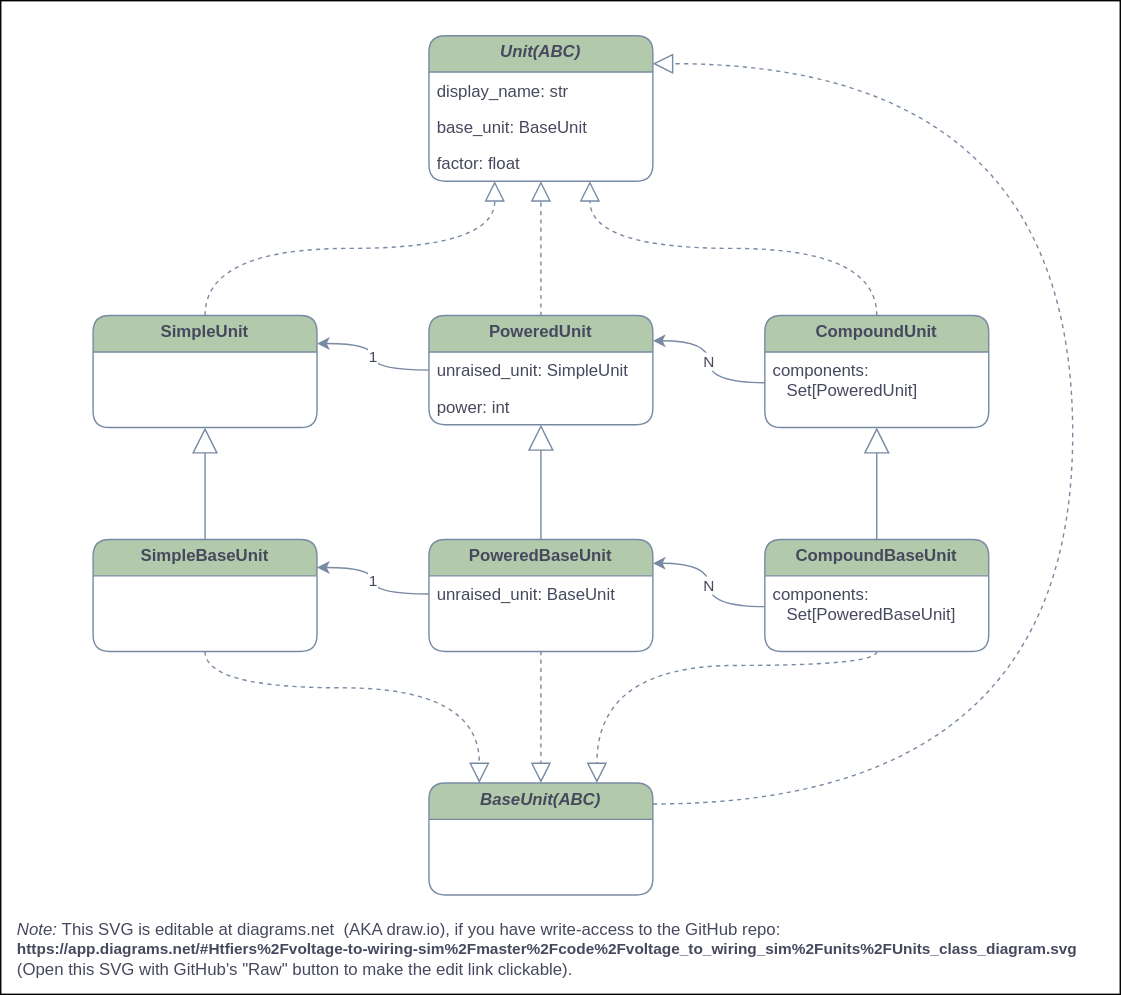
tfiers/phd keeps this draw.io diagram as code/voltage_to_wiring_sim/units/Units_class_diagram.svg. Above is the earlier version. Source tidied: cells renumbered, new cells last; positions are measured from the earlier drawing's top-left corner, leaving out a move shared by most shapes.
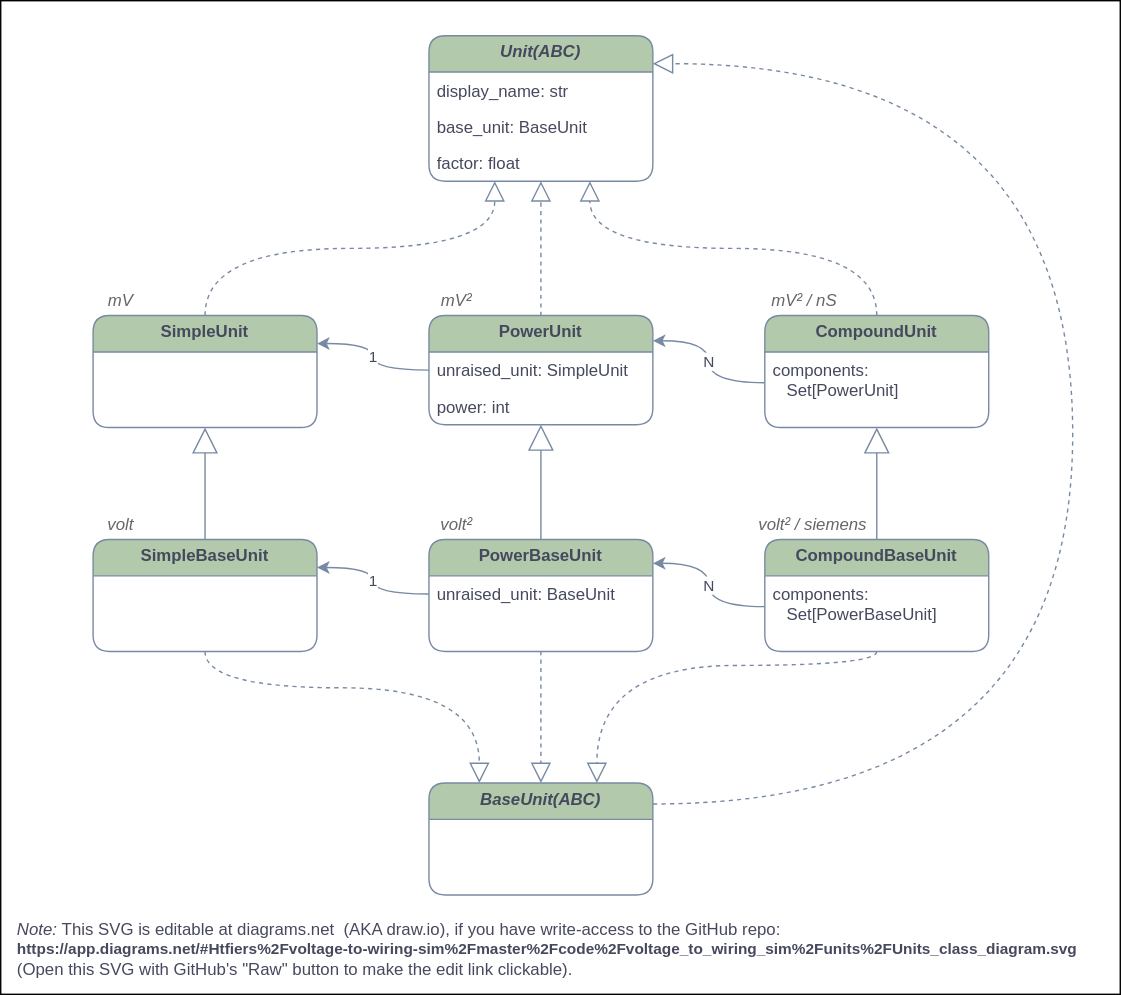
The same file after the commit.

Diff of the diagram source:
```diff
@@ -100,7 +100,7 @@
     <mxCell id="22" value="factor: float" style="text;strokeColor=none;fillColor=none;align=left;verticalAlign=top;spacingLeft=4;spacingRight=4;overflow=hidden;fontColor=#46495D;rounded=1;" parent="19" vertex="1">
       <mxGeometry y="78" width="160" height="26" as="geometry" />
     </mxCell>
-    <mxCell id="23" value="PoweredUnit" style="swimlane;fontStyle=1;align=center;verticalAlign=top;horizontal=1;startSize=26;shadow=0;strokeWidth=1;spacing=0;fillColor=#B2C9AB;strokeColor=#788AA3;fontColor=#46495D;rounded=1;" parent="1" vertex="1">
+    <mxCell id="23" value="PowerUnit" style="swimlane;fontStyle=1;align=center;verticalAlign=top;horizontal=1;startSize=26;shadow=0;strokeWidth=1;spacing=0;fillColor=#B2C9AB;strokeColor=#788AA3;fontColor=#46495D;rounded=1;" parent="1" vertex="1">
       <mxGeometry x="306" y="225" width="160" height="78" as="geometry" />
     </mxCell>
     <mxCell id="24" value="unraised_unit: SimpleUnit" style="text;strokeColor=none;fillColor=none;align=left;verticalAlign=top;spacingLeft=4;spacingRight=4;overflow=hidden;points=[[0,0.5],[1,0.5]];portConstraint=eastwest;fontColor=#46495D;rounded=1;" parent="23" vertex="1">
@@ -109,7 +109,7 @@
     <mxCell id="25" value="power: int" style="text;strokeColor=none;fillColor=none;align=left;verticalAlign=top;spacingLeft=4;spacingRight=4;overflow=hidden;rounded=1;fontSize=12;fontColor=#46495D;" parent="23" vertex="1">
       <mxGeometry y="52" width="160" height="26" as="geometry" />
     </mxCell>
-    <mxCell id="26" value="PoweredBaseUnit" style="swimlane;fontStyle=1;align=center;verticalAlign=top;horizontal=1;startSize=26;shadow=0;strokeWidth=1;spacing=0;fillColor=#B2C9AB;strokeColor=#788AA3;fontColor=#46495D;rounded=1;" parent="1" vertex="1">
+    <mxCell id="26" value="PowerBaseUnit" style="swimlane;fontStyle=1;align=center;verticalAlign=top;horizontal=1;startSize=26;shadow=0;strokeWidth=1;spacing=0;fillColor=#B2C9AB;strokeColor=#788AA3;fontColor=#46495D;rounded=1;" parent="1" vertex="1">
       <mxGeometry x="306" y="385" width="160" height="80" as="geometry" />
     </mxCell>
     <mxCell id="27" value="unraised_unit: BaseUnit" style="text;strokeColor=none;fillColor=none;align=left;verticalAlign=top;spacingLeft=4;spacingRight=4;overflow=hidden;points=[[0,0.5],[1,0.5]];portConstraint=eastwest;rounded=1;fontColor=#46495D;" parent="26" vertex="1">
@@ -121,17 +121,35 @@
     <mxCell id="29" value="CompoundBaseUnit" style="swimlane;fontStyle=1;align=center;verticalAlign=top;horizontal=1;startSize=26;shadow=0;strokeWidth=1;spacing=0;fillColor=#B2C9AB;strokeColor=#788AA3;fontColor=#46495D;rounded=1;" parent="1" vertex="1">
       <mxGeometry x="546" y="385" width="160" height="80" as="geometry" />
     </mxCell>
-    <mxCell id="30" value="components:&#10;   Set[PoweredBaseUnit]" style="text;strokeColor=none;fillColor=none;align=left;verticalAlign=top;spacingLeft=4;spacingRight=4;overflow=hidden;points=[[0,0.5],[1,0.5]];portConstraint=eastwest;rounded=1;fontColor=#46495D;fontSize=12;" parent="29" vertex="1">
+    <mxCell id="30" value="components:&#10;   Set[PowerBaseUnit]" style="text;strokeColor=none;fillColor=none;align=left;verticalAlign=top;spacingLeft=4;spacingRight=4;overflow=hidden;points=[[0,0.5],[1,0.5]];portConstraint=eastwest;rounded=1;fontColor=#46495D;fontSize=12;" parent="29" vertex="1">
       <mxGeometry y="26" width="160" height="44" as="geometry" />
     </mxCell>
     <mxCell id="31" value="CompoundUnit" style="swimlane;fontStyle=1;align=center;verticalAlign=top;horizontal=1;startSize=26;shadow=0;strokeWidth=1;spacing=0;fillColor=#B2C9AB;strokeColor=#788AA3;fontColor=#46495D;rounded=1;" parent="1" vertex="1">
       <mxGeometry x="546" y="225" width="160" height="80" as="geometry" />
     </mxCell>
-    <mxCell id="32" value="components:&#10;   Set[PoweredUnit]" style="text;strokeColor=none;fillColor=none;align=left;verticalAlign=top;spacingLeft=4;spacingRight=4;overflow=hidden;points=[[0,0.5],[1,0.5]];portConstraint=eastwest;rounded=1;fontColor=#46495D;" parent="31" vertex="1">
+    <mxCell id="32" value="components:&#10;   Set[PowerUnit]" style="text;strokeColor=none;fillColor=none;align=left;verticalAlign=top;spacingLeft=4;spacingRight=4;overflow=hidden;points=[[0,0.5],[1,0.5]];portConstraint=eastwest;rounded=1;fontColor=#46495D;" parent="31" vertex="1">
       <mxGeometry y="26" width="160" height="44" as="geometry" />
     </mxCell>
     <mxCell id="33" value="BaseUnit(ABC)" style="swimlane;fontStyle=3;align=center;verticalAlign=top;horizontal=1;startSize=26;shadow=0;strokeWidth=1;spacing=0;fillColor=#B2C9AB;strokeColor=#788AA3;fontColor=#46495D;rounded=1;" parent="1" vertex="1">
       <mxGeometry x="306" y="559" width="160" height="80" as="geometry" />
     </mxCell>
+    <mxCell id="34" value="mV" style="text;html=1;align=center;verticalAlign=middle;whiteSpace=wrap;rounded=0;fontSize=12;fontColor=#666666;fontStyle=2;" parent="1" vertex="1">
+      <mxGeometry x="66" y="205" width="40" height="20" as="geometry" />
+    </mxCell>
+    <mxCell id="35" value="mV²" style="text;html=1;align=center;verticalAlign=middle;whiteSpace=wrap;rounded=0;fontSize=12;fontColor=#666666;fontStyle=2;" parent="1" vertex="1">
+      <mxGeometry x="306" y="205" width="40" height="20" as="geometry" />
+    </mxCell>
+    <mxCell id="36" value="mV² / nS" style="text;html=1;align=center;verticalAlign=middle;whiteSpace=wrap;rounded=0;fontSize=12;fontColor=#666666;fontStyle=2;" parent="1" vertex="1">
+      <mxGeometry x="546" y="205" width="57" height="20" as="geometry" />
+    </mxCell>
+    <mxCell id="37" value="volt" style="text;html=1;align=center;verticalAlign=middle;whiteSpace=wrap;rounded=0;fontSize=12;fontColor=#666666;fontStyle=2;" parent="1" vertex="1">
+      <mxGeometry x="66" y="365" width="40" height="20" as="geometry" />
+    </mxCell>
+    <mxCell id="38" value="volt²" style="text;html=1;align=center;verticalAlign=middle;whiteSpace=wrap;rounded=0;fontSize=12;fontColor=#666666;fontStyle=2;" parent="1" vertex="1">
+      <mxGeometry x="306" y="365" width="40" height="20" as="geometry" />
+    </mxCell>
+    <mxCell id="39" value="volt² / siemens" style="text;html=1;align=center;verticalAlign=middle;whiteSpace=wrap;rounded=0;fontSize=12;fontColor=#666666;fontStyle=2;" parent="1" vertex="1">
+      <mxGeometry x="539" y="365" width="83" height="20" as="geometry" />
+    </mxCell>
   </root>
 </mxGraphModel>
```
